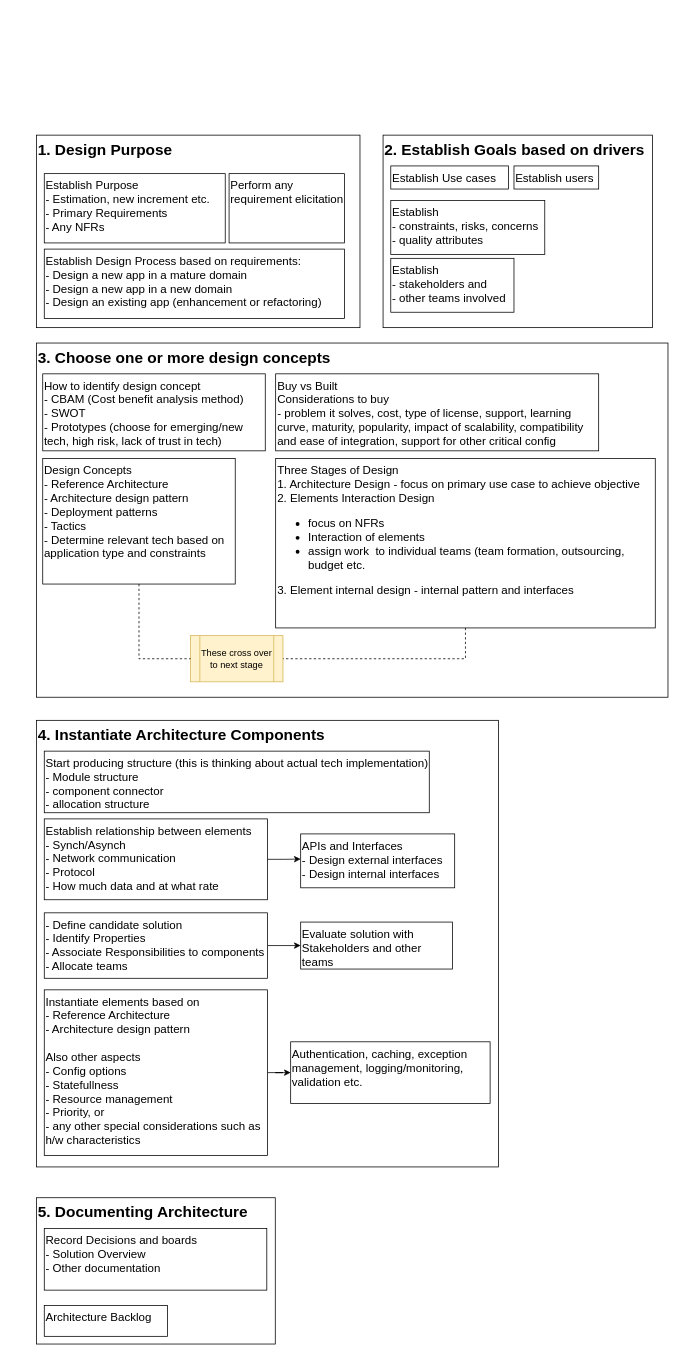
This is page "1.Design Process from DSA" (2 of 3) of SolutionArchitectureProcess.drawio from Gaur4vGaur/probable-octo, a draw.io file, before an edit. Source tidied: cells renumbered, new cells numbered last; positions are measured from the earlier drawing's top-left corner, leaving out a move shared by most shapes. Both pictures are drawn from the tidied source at 77%, with x=0, y=0 at pixel (36, 135).
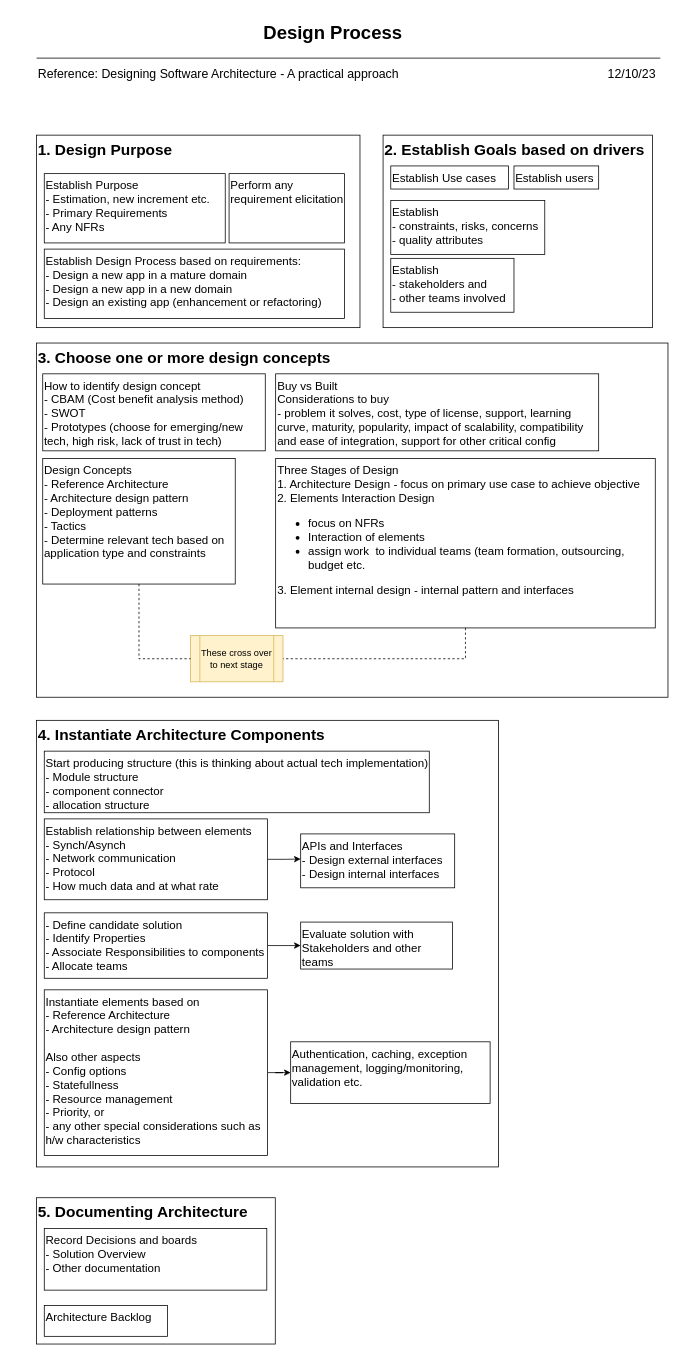
After the change.

Change to the diagram source:
```diff
@@
+    <mxCell id="36" style="group;" parent="1" vertex="1">
+      <mxGeometry x="-30" y="-100" width="830" height="80" as="geometry" />
+    </mxCell>
+    <mxCell id="37" value="&lt;span style=&quot;border-color: var(--border-color);&quot;&gt;&lt;font style=&quot;border-color: var(--border-color); font-size: 16px;&quot;&gt;Reference: Designing Software Architecture - A practical approach&lt;/font&gt;&lt;/span&gt;" style="text;html=1;strokeColor=none;fillColor=none;align=left;verticalAlign=middle;whiteSpace=wrap;rounded=0;" parent="36" vertex="1">
+      <mxGeometry x="30" y="10" width="490" height="20" as="geometry" />
+    </mxCell>
+    <mxCell id="38" value="&lt;span style=&quot;border-color: var(--border-color);&quot;&gt;&lt;font style=&quot;border-color: var(--border-color); font-size: 16px;&quot;&gt;12/10/23&lt;/font&gt;&lt;/span&gt;" style="text;html=1;strokeColor=none;fillColor=none;align=left;verticalAlign=middle;whiteSpace=wrap;rounded=0;" parent="36" vertex="1">
+      <mxGeometry x="770" y="10" width="70" height="20" as="geometry" />
+    </mxCell>
+    <mxCell id="39" style="endArrow=none;html=1;rounded=0;" parent="1" edge="1">
+      <mxGeometry relative="1" as="geometry">
+        <mxPoint y="-100" as="sourcePoint" />
+        <mxPoint x="810" y="-100" as="targetPoint" />
+      </mxGeometry>
+    </mxCell>
+    <mxCell id="40" value="&lt;p style=&quot;border-color: var(--border-color); text-align: left;&quot;&gt;&lt;b style=&quot;border-color: var(--border-color);&quot;&gt;&lt;font style=&quot;border-color: var(--border-color); font-size: 24px;&quot;&gt;Design Process&lt;/font&gt;&lt;/b&gt;&lt;/p&gt;&lt;div style=&quot;border-color: var(--border-color);&quot;&gt;&lt;br style=&quot;border-color: var(--border-color);&quot;&gt;&lt;/div&gt;" style="text;html=1;strokeColor=none;fillColor=none;align=center;verticalAlign=middle;whiteSpace=wrap;rounded=0;" parent="1" vertex="1">
+      <mxGeometry x="-20" y="-140" width="810" height="30" as="geometry" />
+    </mxCell>
```
